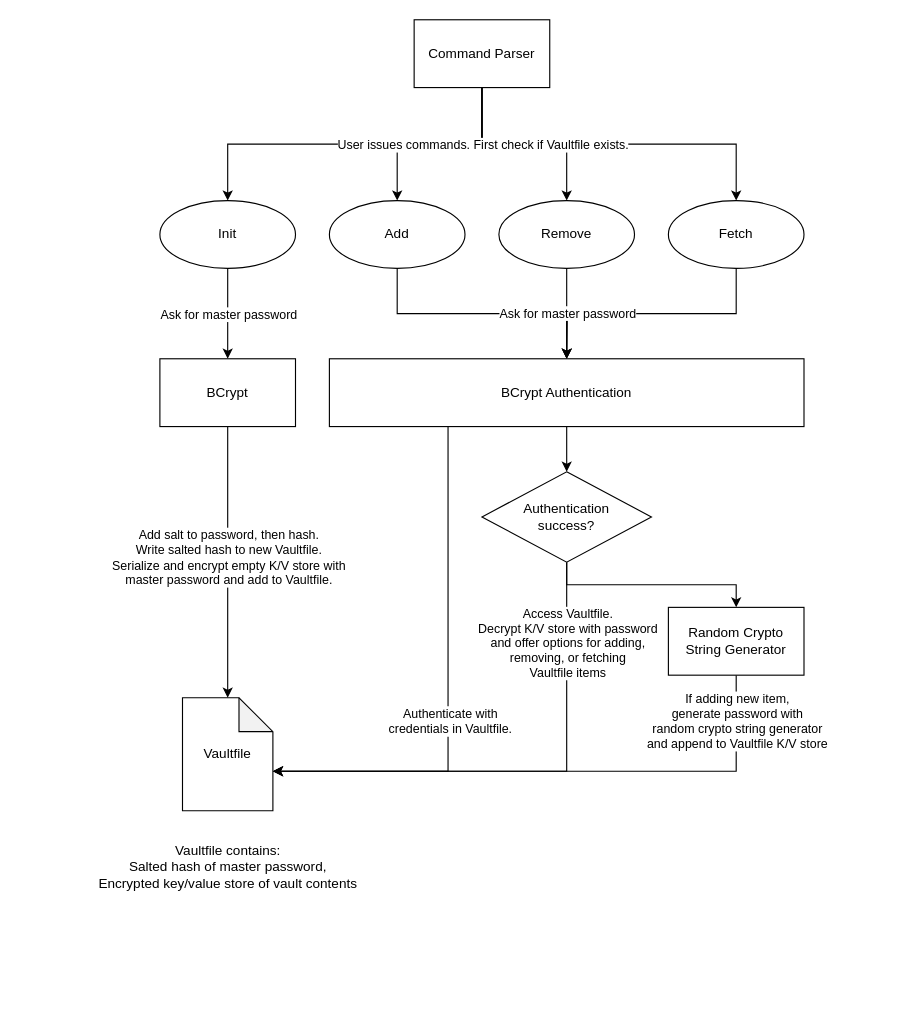
Earlier version of the draw.io diagram Untitled Diagram.drawio (lansot/compx518-a3-pwman). Source tidied: cells renumbered, new cells numbered last; positions are measured from the earlier drawing's top-left corner, leaving out a move shared by most shapes. Both pictures are drawn from the tidied source at 113%, with x=0, y=0 at pixel (92, 19).
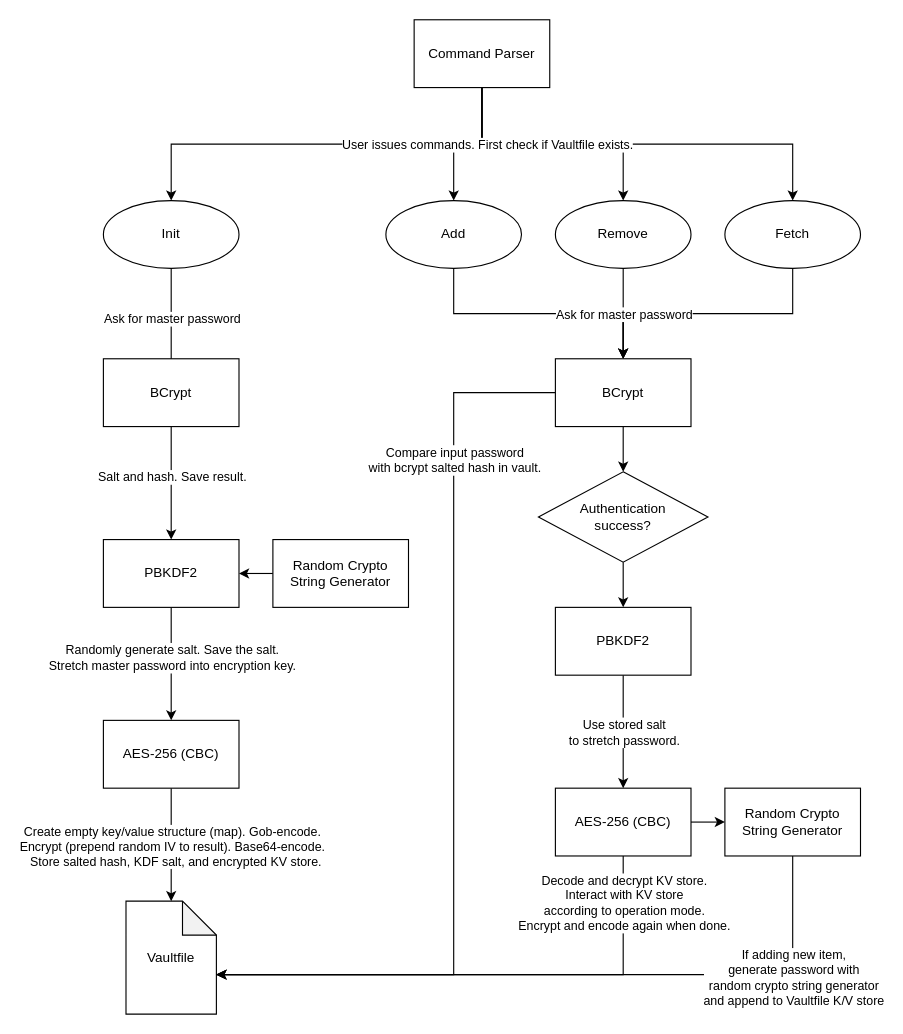
Above is the later version.

The change refers to these unchanged cells:
```xml
<mxCell id="6" style="edgeStyle=orthogonalEdgeStyle;rounded=0;jettySize=auto;html=1;exitX=0.5;exitY=1;exitDx=0;exitDy=0;entryX=0.5;entryY=0;entryDx=0;entryDy=0;" parent="1" edge="1" source="8" target="18">
  <mxGeometry relative="1" as="geometry" />
</mxCell>
<mxCell id="30" style="edgeStyle=orthogonalEdgeStyle;rounded=0;jettySize=auto;html=1;exitX=0.5;exitY=1;exitDx=0;exitDy=0;entryX=0;entryY=0;entryDx=80;entryDy=65;entryPerimeter=0;" parent="1" edge="1" source="32" target="19">
  <mxGeometry relative="1" as="geometry" />
</mxCell>
```

The edit, as a diff of the source:
```diff
@@
-    <mxCell id="2" style="edgeStyle=orthogonalEdgeStyle;rounded=0;jettySize=auto;html=1;exitX=0.5;exitY=1;exitDx=0;exitDy=0;" parent="1" edge="1" source="29" target="32">
-      <mxGeometry relative="1" as="geometry" />
-    </mxCell>
@@
     <mxCell id="7" value="User issues commands. First check if Vaultfile exists." style="edgeLabel;html=1;align=center;verticalAlign=middle;" parent="6" vertex="1">
       <mxGeometry x="-0.7" y="-2" relative="1" as="geometry">
-        <mxPoint x="2" y="1" as="offset" />
+        <mxPoint x="-2" y="-2" as="offset" />
       </mxGeometry>
     </mxCell>
@@
-    <mxCell id="9" style="edgeStyle=orthogonalEdgeStyle;rounded=0;jettySize=auto;html=1;exitX=0.5;exitY=1;exitDx=0;exitDy=0;entryX=0.5;entryY=0;entryDx=0;entryDy=0;" parent="1" edge="1" source="11">
+    <mxCell id="9" style="edgeStyle=orthogonalEdgeStyle;rounded=0;jettySize=auto;html=1;exitX=0.5;exitY=1;exitDx=0;exitDy=0;" parent="1" edge="1" source="11">
       <mxGeometry relative="1" as="geometry">
-        <mxPoint x="120" y="300" as="targetPoint" />
+        <mxPoint x="70" y="310" as="targetPoint" />
       </mxGeometry>
     </mxCell>
@@
     <mxCell id="11" value="&lt;div&gt;Init&lt;/div&gt;" style="ellipse;whiteSpace=wrap;html=1;" parent="1" vertex="1">
-      <mxGeometry x="60" y="160" width="120" height="60" as="geometry" />
+      <mxGeometry x="10" y="160" width="120" height="60" as="geometry" />
     </mxCell>
@@
     <mxCell id="13" value="Add" style="ellipse;whiteSpace=wrap;html=1;" parent="1" vertex="1">
-      <mxGeometry x="210" y="160" width="120" height="60" as="geometry" />
+      <mxGeometry x="260" y="160" width="120" height="60" as="geometry" />
     </mxCell>
-    <mxCell id="14" style="edgeStyle=orthogonalEdgeStyle;rounded=0;jettySize=auto;html=1;exitX=0.5;exitY=1;exitDx=0;exitDy=0;" parent="1" edge="1" source="15">
-      <mxGeometry relative="1" as="geometry">
-        <mxPoint x="420" y="300" as="targetPoint" />
-      </mxGeometry>
+    <mxCell id="14" style="edgeStyle=orthogonalEdgeStyle;rounded=0;jettySize=auto;html=1;exitX=0.5;exitY=1;exitDx=0;exitDy=0;entryX=0.5;entryY=0;entryDx=0;entryDy=0;" parent="1" edge="1" source="15" target="26">
+      <mxGeometry relative="1" as="geometry" />
     </mxCell>
     <mxCell id="15" value="Remove" style="ellipse;whiteSpace=wrap;html=1;" parent="1" vertex="1">
-      <mxGeometry x="360" y="160" width="120" height="60" as="geometry" />
+      <mxGeometry x="410" y="160" width="120" height="60" as="geometry" />
     </mxCell>
-    <mxCell id="16" style="edgeStyle=orthogonalEdgeStyle;rounded=0;jettySize=auto;html=1;exitX=0.5;exitY=1;exitDx=0;exitDy=0;" parent="1" edge="1" source="18">
+    <mxCell id="16" style="edgeStyle=orthogonalEdgeStyle;rounded=0;jettySize=auto;html=1;exitX=0.5;exitY=1;exitDx=0;exitDy=0;entryX=0.5;entryY=0;entryDx=0;entryDy=0;" parent="1" edge="1" source="18" target="26">
       <mxGeometry relative="1" as="geometry">
-        <mxPoint x="420" y="300" as="targetPoint" />
+        <Array as="points">
+          <mxPoint x="620" y="260" />
+          <mxPoint x="470" y="260" />
+        </Array>
       </mxGeometry>
     </mxCell>
@@
     <mxCell id="18" value="Fetch" style="ellipse;whiteSpace=wrap;html=1;" parent="1" vertex="1">
-      <mxGeometry x="510" y="160" width="120" height="60" as="geometry" />
+      <mxGeometry x="560" y="160" width="120" height="60" as="geometry" />
     </mxCell>
     <mxCell id="19" value="Vaultfile" style="shape=note;whiteSpace=wrap;html=1;backgroundOutline=1;darkOpacity=0.05;" parent="1" vertex="1">
-      <mxGeometry x="80" y="600" width="80" height="100" as="geometry" />
+      <mxGeometry x="30" y="780" width="80" height="100" as="geometry" />
     </mxCell>
-    <mxCell id="20" style="edgeStyle=orthogonalEdgeStyle;rounded=0;jettySize=auto;html=1;exitX=0.5;exitY=1;exitDx=0;exitDy=0;entryX=0.5;entryY=0;entryDx=0;entryDy=0;entryPerimeter=0;" parent="1" edge="1" source="22" target="19">
-      <mxGeometry relative="1" as="geometry">
-        <Array as="points">
-          <mxPoint x="120" y="490" />
-        </Array>
-      </mxGeometry>
-    </mxCell>
-    <mxCell id="21" value="&lt;div&gt;Add salt to password, then hash.&lt;/div&gt;&lt;div&gt;Write salted hash to new Vaultfile.&lt;/div&gt;&lt;div&gt;Serialize and encrypt empty K/V store with&lt;/div&gt;&lt;div&gt;master password and add to Vaultfile.&lt;br&gt;&lt;/div&gt;" style="edgeLabel;html=1;align=center;verticalAlign=middle;" parent="20" vertex="1">
-      <mxGeometry x="-0.25" y="-2" relative="1" as="geometry">
-        <mxPoint x="2" y="25" as="offset" />
-      </mxGeometry>
-    </mxCell>
+    <mxCell id="34" style="edgeStyle=orthogonalEdgeStyle;rounded=0;jettySize=auto;html=1;exitX=0.5;exitY=1;exitDx=0;exitDy=0;entryX=0.5;entryY=0;entryDx=0;entryDy=0;" parent="1" edge="1" source="22" target="42">
+      <mxGeometry relative="1" as="geometry" />
+    </mxCell>
+    <mxCell id="35" value="&lt;div&gt;Randomly generate salt. Save the salt.&lt;br&gt;&lt;/div&gt;&lt;div&gt;Stretch master password into encryption key.&lt;br&gt;&lt;/div&gt;" style="edgeLabel;html=1;align=center;verticalAlign=middle;" parent="34" vertex="1">
+      <mxGeometry x="-0.26" y="1" relative="1" as="geometry">
+        <mxPoint x="-1" y="7" as="offset" />
+      </mxGeometry>
+    </mxCell>
-    <mxCell id="22" value="BCrypt" style="rounded=0;whiteSpace=wrap;html=1;" parent="1" vertex="1">
-      <mxGeometry x="60" y="300" width="120" height="60" as="geometry" />
+    <mxCell id="22" value="PBKDF2" style="rounded=0;whiteSpace=wrap;html=1;" parent="1" vertex="1">
+      <mxGeometry x="10" y="460" width="120" height="60" as="geometry" />
     </mxCell>
-    <mxCell id="23" style="edgeStyle=orthogonalEdgeStyle;rounded=0;jettySize=auto;html=1;exitX=0.25;exitY=1;exitDx=0;exitDy=0;entryX=0;entryY=0;entryDx=80;entryDy=65;entryPerimeter=0;" parent="1" edge="1" source="26" target="19">
-      <mxGeometry relative="1" as="geometry" />
+    <mxCell id="23" style="edgeStyle=orthogonalEdgeStyle;rounded=0;jettySize=auto;html=1;exitX=0;exitY=0.5;exitDx=0;exitDy=0;entryX=0;entryY=0;entryDx=80;entryDy=65;entryPerimeter=0;startArrow=none;startFill=0;" parent="1" edge="1" source="26" target="19">
+      <mxGeometry relative="1" as="geometry">
+        <Array as="points">
+          <mxPoint x="320" y="330" />
+          <mxPoint x="320" y="845" />
+        </Array>
+      </mxGeometry>
     </mxCell>
-    <mxCell id="24" value="&lt;div&gt;Authenticate with&lt;/div&gt;&lt;div&gt;credentials in Vaultfile.&lt;/div&gt;" style="edgeLabel;html=1;align=center;verticalAlign=middle;" parent="23" vertex="1">
+    <mxCell id="24" value="&lt;div&gt;Compare input password&lt;/div&gt;&lt;div&gt;with bcrypt salted hash in vault.&lt;br&gt;&lt;/div&gt;" style="edgeLabel;html=1;align=center;verticalAlign=middle;" parent="23" vertex="1">
       <mxGeometry x="-0.65" y="1" relative="1" as="geometry">
-        <mxPoint y="179" as="offset" />
+        <mxPoint x="-1" y="6" as="offset" />
       </mxGeometry>
     </mxCell>
@@
-    <mxCell id="26" value="BCrypt Authentication" style="rounded=0;whiteSpace=wrap;html=1;" parent="1" vertex="1">
-      <mxGeometry x="210" y="300" width="420" height="60" as="geometry" />
+    <mxCell id="26" value="BCrypt" style="rounded=0;whiteSpace=wrap;html=1;" parent="1" vertex="1">
+      <mxGeometry x="410" y="300" width="120" height="60" as="geometry" />
     </mxCell>
-    <mxCell id="27" style="edgeStyle=orthogonalEdgeStyle;rounded=0;jettySize=auto;html=1;exitX=0.5;exitY=1;exitDx=0;exitDy=0;entryX=0;entryY=0;entryDx=80;entryDy=65;entryPerimeter=0;" parent="1" edge="1" source="29" target="19">
-      <mxGeometry relative="1" as="geometry" />
+    <mxCell id="27" style="edgeStyle=orthogonalEdgeStyle;rounded=0;jettySize=auto;html=1;entryX=0;entryY=0;entryDx=80;entryDy=65;entryPerimeter=0;exitX=0.5;exitY=1;exitDx=0;exitDy=0;" parent="1" edge="1" source="47" target="19">
+      <mxGeometry relative="1" as="geometry">
+        <Array as="points">
+          <mxPoint x="470" y="845" />
+        </Array>
+      </mxGeometry>
     </mxCell>
-    <mxCell id="28" value="&lt;div&gt;Access Vaultfile.&lt;/div&gt;&lt;div&gt;Decrypt K/V store with password&lt;/div&gt;&lt;div&gt;and offer options for adding,&lt;/div&gt;&lt;div&gt;removing, or fetching&lt;/div&gt;&lt;div&gt;Vaultfile items&lt;br&gt;&lt;/div&gt;" style="edgeLabel;html=1;align=center;verticalAlign=middle;" parent="27" vertex="1">
+    <mxCell id="28" value="&lt;div&gt;Decode and decrypt KV store.&lt;/div&gt;&lt;div&gt;Interact with KV store &lt;br&gt;&lt;/div&gt;&lt;div&gt;according to operation mode.&lt;br&gt;&lt;/div&gt;&lt;div&gt;Encrypt and encode again when done.&lt;br&gt;&lt;/div&gt;" style="edgeLabel;html=1;align=center;verticalAlign=middle;" parent="27" vertex="1">
       <mxGeometry x="-0.79" y="-1" relative="1" as="geometry">
-        <mxPoint x="1" y="24" as="offset" />
+        <mxPoint x="1" y="-8" as="offset" />
       </mxGeometry>
     </mxCell>
+    <mxCell id="36" style="edgeStyle=orthogonalEdgeStyle;rounded=0;jettySize=auto;html=1;exitX=0.5;exitY=1;exitDx=0;exitDy=0;entryX=0.5;entryY=0;entryDx=0;entryDy=0;" parent="1" edge="1" source="29" target="45">
+      <mxGeometry relative="1" as="geometry" />
+    </mxCell>
     <mxCell id="29" value="&lt;div&gt;Authentication&lt;/div&gt;&lt;div&gt;success?&lt;br&gt;&lt;/div&gt;" style="rhombus;whiteSpace=wrap;html=1;" parent="1" vertex="1">
-      <mxGeometry x="345" y="400" width="150" height="80" as="geometry" />
+      <mxGeometry x="395" y="400" width="150" height="80" as="geometry" />
     </mxCell>
@@
     <mxCell id="31" value="&lt;div&gt;If adding new item,&lt;/div&gt;&lt;div&gt;generate password with&lt;/div&gt;&lt;div&gt;random crypto string generator&lt;/div&gt;&lt;div&gt;and append to Vaultfile K/V store&lt;br&gt;&lt;/div&gt;" style="edgeLabel;html=1;align=center;verticalAlign=middle;" parent="30" vertex="1">
       <mxGeometry x="-0.87" y="-2" relative="1" as="geometry">
-        <mxPoint x="2" y="8" as="offset" />
+        <mxPoint x="2" y="67" as="offset" />
       </mxGeometry>
     </mxCell>
     <mxCell id="32" value="Random Crypto String Generator" style="rounded=0;whiteSpace=wrap;html=1;" parent="1" vertex="1">
-      <mxGeometry x="510" y="520" width="120" height="60" as="geometry" />
+      <mxGeometry x="560" y="680" width="120" height="60" as="geometry" />
     </mxCell>
-    <mxCell id="33" value="&lt;div&gt;Vaultfile contains:&lt;/div&gt;&lt;div&gt;Salted hash of master password,&lt;/div&gt;&lt;div&gt;Encrypted key/value store of vault contents&lt;br&gt;&lt;/div&gt;" style="text;html=1;align=center;verticalAlign=middle;strokeColor=none;" parent="1" vertex="1">
-      <mxGeometry y="725" width="240" height="50" as="geometry" />
-    </mxCell>
+    <mxCell id="37" style="edgeStyle=orthogonalEdgeStyle;rounded=0;jettySize=auto;html=1;exitX=0.5;exitY=1;exitDx=0;exitDy=0;entryX=0.5;entryY=0;entryDx=0;entryDy=0;" parent="1" edge="1" source="39" target="22">
+      <mxGeometry relative="1" as="geometry" />
+    </mxCell>
+    <mxCell id="38" value="Salt and hash. Save result." style="edgeLabel;html=1;align=center;verticalAlign=middle;" parent="37" vertex="1">
+      <mxGeometry x="-0.29" relative="1" as="geometry">
+        <mxPoint y="8" as="offset" />
+      </mxGeometry>
+    </mxCell>
+    <mxCell id="39" value="BCrypt" style="rounded=0;whiteSpace=wrap;html=1;" parent="1" vertex="1">
+      <mxGeometry x="10" y="300" width="120" height="60" as="geometry" />
+    </mxCell>
+    <mxCell id="40" style="edgeStyle=orthogonalEdgeStyle;rounded=0;jettySize=auto;html=1;exitX=0.5;exitY=1;exitDx=0;exitDy=0;entryX=0.5;entryY=0;entryDx=0;entryDy=0;entryPerimeter=0;" parent="1" edge="1" source="42" target="19">
+      <mxGeometry relative="1" as="geometry" />
+    </mxCell>
+    <mxCell id="41" value="&lt;div&gt;Create empty key/value structure (map). Gob-encode.&lt;/div&gt;&lt;div&gt;Encrypt (prepend random IV to result). Base64-encode.&lt;br&gt;&lt;/div&gt;&amp;nbsp; Store salted hash, KDF salt, and encrypted KV store." style="edgeLabel;html=1;align=center;verticalAlign=middle;" parent="40" vertex="1">
+      <mxGeometry x="-0.31" y="-2" relative="1" as="geometry">
+        <mxPoint x="2" y="16" as="offset" />
+      </mxGeometry>
+    </mxCell>
+    <mxCell id="42" value="AES-256 (CBC)" style="rounded=0;whiteSpace=wrap;html=1;" parent="1" vertex="1">
+      <mxGeometry x="10" y="620" width="120" height="60" as="geometry" />
+    </mxCell>
+    <mxCell id="43" style="edgeStyle=orthogonalEdgeStyle;rounded=0;jettySize=auto;html=1;exitX=0.5;exitY=1;exitDx=0;exitDy=0;entryX=0.5;entryY=0;entryDx=0;entryDy=0;" parent="1" edge="1" source="45" target="47">
+      <mxGeometry relative="1" as="geometry" />
+    </mxCell>
+    <mxCell id="44" value="&lt;div&gt;Use stored salt&lt;/div&gt;&lt;div&gt;to stretch password.&lt;br&gt;&lt;/div&gt;" style="edgeLabel;html=1;align=center;verticalAlign=middle;" parent="43" vertex="1">
+      <mxGeometry x="-0.22" y="1" relative="1" as="geometry">
+        <mxPoint x="-1" y="11" as="offset" />
+      </mxGeometry>
+    </mxCell>
+    <mxCell id="45" value="PBKDF2" style="rounded=0;whiteSpace=wrap;html=1;" parent="1" vertex="1">
+      <mxGeometry x="410" y="520" width="120" height="60" as="geometry" />
+    </mxCell>
+    <mxCell id="46" style="edgeStyle=orthogonalEdgeStyle;rounded=0;jettySize=auto;html=1;exitX=1;exitY=0.5;exitDx=0;exitDy=0;entryX=0;entryY=0.5;entryDx=0;entryDy=0;" parent="1" edge="1" source="47" target="32">
+      <mxGeometry relative="1" as="geometry" />
+    </mxCell>
+    <mxCell id="47" value="AES-256 (CBC)" style="rounded=0;whiteSpace=wrap;html=1;" parent="1" vertex="1">
+      <mxGeometry x="410" y="680" width="120" height="60" as="geometry" />
+    </mxCell>
+    <mxCell id="48" style="edgeStyle=orthogonalEdgeStyle;rounded=0;jettySize=auto;html=1;exitX=0;exitY=0.5;exitDx=0;exitDy=0;entryX=1;entryY=0.5;entryDx=0;entryDy=0;startArrow=none;startFill=0;" parent="1" edge="1" source="49" target="22">
+      <mxGeometry relative="1" as="geometry" />
+    </mxCell>
+    <mxCell id="49" value="Random Crypto String Generator" style="rounded=0;whiteSpace=wrap;html=1;" parent="1" vertex="1">
+      <mxGeometry x="160" y="460" width="120" height="60" as="geometry" />
+    </mxCell>
```
